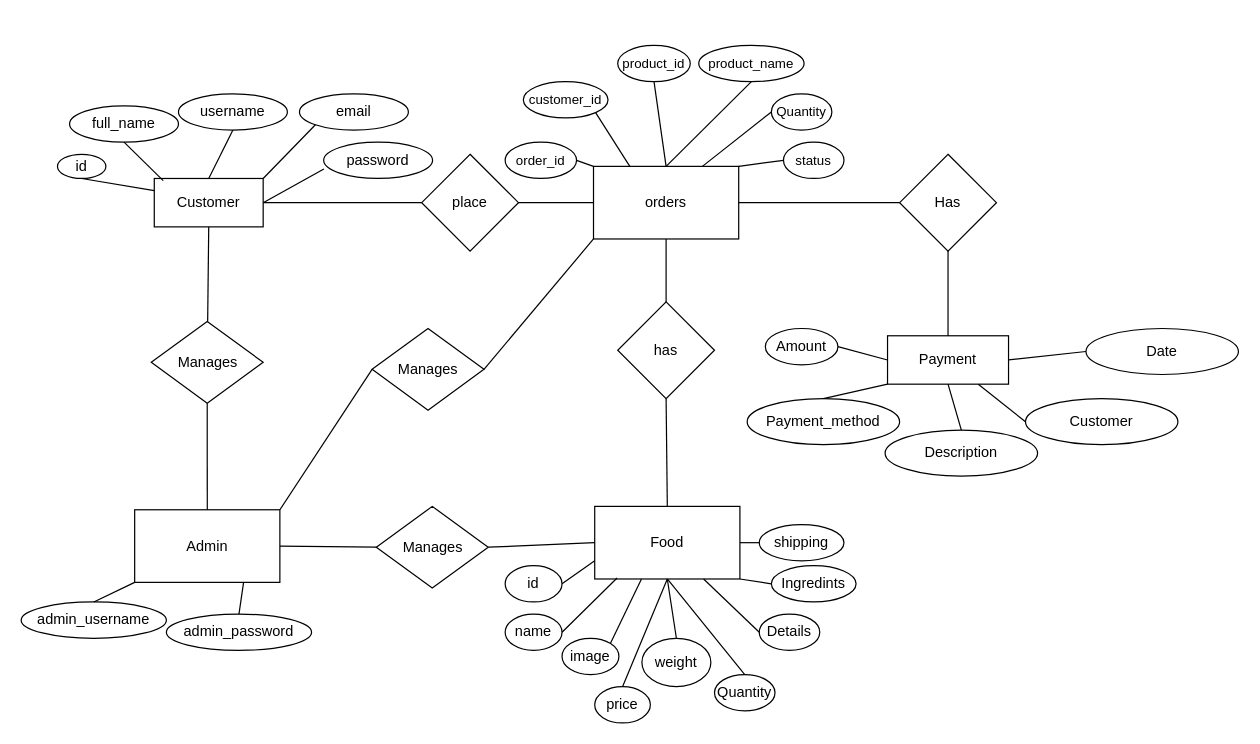
The draw.io diagram Diagrams/food_ordering_portal_ER.drawio in Furdikisherpa/PetShop, before the edit. Source tidied: cells renumbered, new cells numbered last; positions are measured from the earlier drawing's top-left corner, leaving out a move shared by most shapes. Both pictures are drawn from the tidied source at 121%, with x=0, y=0 at pixel (21, 45).
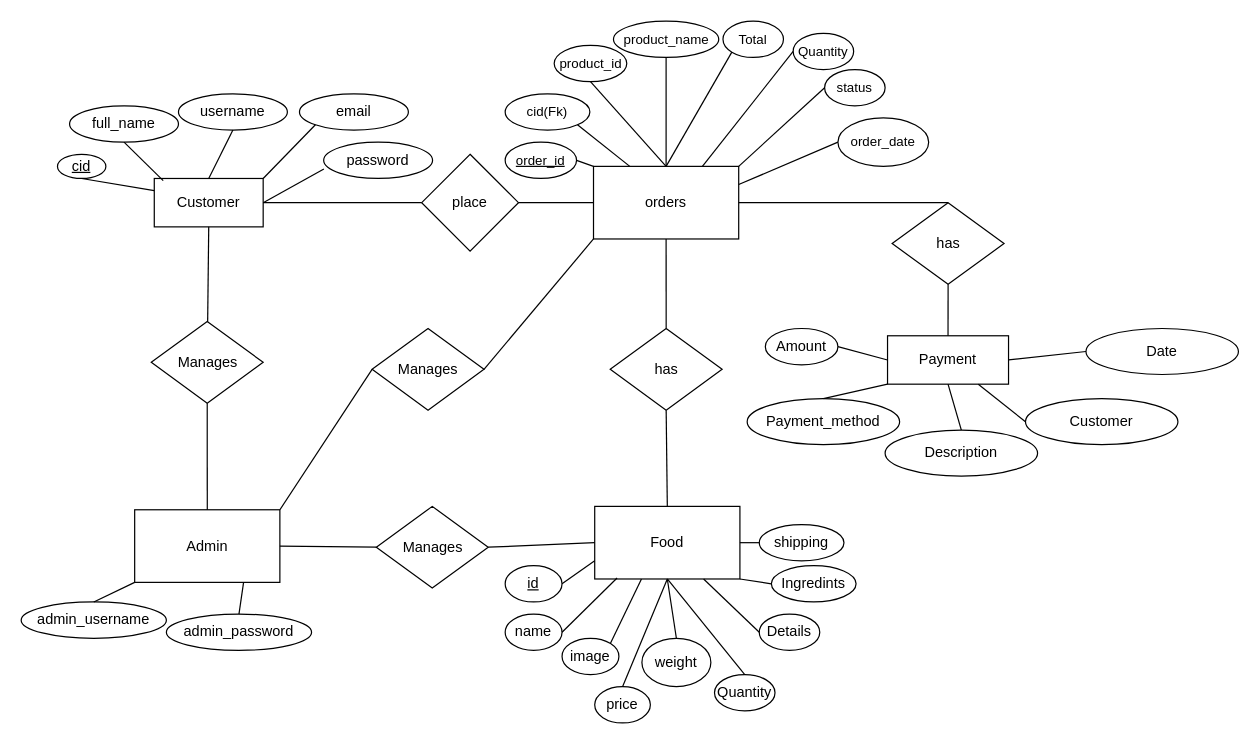
The same page after the edit.

Unchanged cells that the change refers to:
```xml
<mxCell id="15" value="orders" style="rounded=0;whiteSpace=wrap;html=1;" parent="1" vertex="1">
  <mxGeometry x="473" y="100" width="120" height="60" as="geometry" />
</mxCell>
<mxCell id="20" value="Food" style="rounded=0;whiteSpace=wrap;html=1;" parent="1" vertex="1">
  <mxGeometry x="474" y="381" width="120" height="60" as="geometry" />
</mxCell>
<mxCell id="32" value="Payment" style="rounded=0;whiteSpace=wrap;html=1;" parent="1" vertex="1">
  <mxGeometry x="716" y="240" width="100" height="40" as="geometry" />
</mxCell>
```

Diff of the diagram source:
```diff
@@
-    <mxCell id="3" value="id" style="ellipse;whiteSpace=wrap;html=1;" parent="1" vertex="1">
+    <mxCell id="3" value="&lt;u&gt;cid&lt;/u&gt;" style="ellipse;whiteSpace=wrap;html=1;" parent="1" vertex="1">
       <mxGeometry x="30" y="90" width="40" height="20" as="geometry" />
     </mxCell>
@@
-    <mxCell id="21" value="has" style="rhombus;whiteSpace=wrap;html=1;" parent="1" vertex="1">
-      <mxGeometry x="493" y="212" width="80" height="80" as="geometry" />
-    </mxCell>
@@
-    <mxCell id="23" style="endArrow=none;html=1;rounded=0;entryX=0.5;entryY=1;entryDx=0;entryDy=0;exitX=0.5;exitY=0;exitDx=0;exitDy=0;" parent="1" edge="1" source="21" target="15">
+    <mxCell id="23" style="endArrow=none;html=1;rounded=0;entryX=0.5;entryY=1;entryDx=0;entryDy=0;exitX=0.5;exitY=0;exitDx=0;exitDy=0;" parent="1" edge="1" source="83" target="15">
       <mxGeometry relative="1" as="geometry" />
     </mxCell>
-    <mxCell id="24" style="endArrow=none;html=1;rounded=0;entryX=0.5;entryY=0;entryDx=0;entryDy=0;exitX=0.5;exitY=1;exitDx=0;exitDy=0;" parent="1" edge="1" source="21" target="20">
+    <mxCell id="24" style="endArrow=none;html=1;rounded=0;entryX=0.5;entryY=0;entryDx=0;entryDy=0;exitX=0.5;exitY=1;exitDx=0;exitDy=0;" parent="1" edge="1" source="83" target="20">
       <mxGeometry relative="1" as="geometry" />
     </mxCell>
@@
-    <mxCell id="31" value="Has" style="rhombus;whiteSpace=wrap;html=1;" parent="1" vertex="1">
-      <mxGeometry x="726" y="90" width="80" height="80" as="geometry" />
-    </mxCell>
@@
-    <mxCell id="33" style="endArrow=none;html=1;rounded=0;entryX=0;entryY=0.5;entryDx=0;entryDy=0;exitX=1;exitY=0.5;exitDx=0;exitDy=0;" parent="1" edge="1" source="15" target="31">
+    <mxCell id="33" style="endArrow=none;html=1;rounded=0;entryX=0.5;entryY=0;entryDx=0;entryDy=0;exitX=1;exitY=0.5;exitDx=0;exitDy=0;" parent="1" edge="1" source="15" target="84">
       <mxGeometry relative="1" as="geometry" />
     </mxCell>
-    <mxCell id="34" style="endArrow=none;html=1;rounded=0;entryX=0.5;entryY=1;entryDx=0;entryDy=0;exitX=0.5;exitY=0;exitDx=0;exitDy=0;" parent="1" edge="1" source="32" target="31">
+    <mxCell id="34" style="endArrow=none;html=1;rounded=0;entryX=0.5;entryY=1;entryDx=0;entryDy=0;exitX=0.5;exitY=0;exitDx=0;exitDy=0;" parent="1" edge="1" source="32" target="84">
       <mxGeometry relative="1" as="geometry" />
     </mxCell>
-    <mxCell id="35" value="&lt;font style=&quot;font-size: 11px;&quot;&gt;order_id&lt;/font&gt;" style="ellipse;whiteSpace=wrap;html=1;" parent="1" vertex="1">
+    <mxCell id="35" value="&lt;font style=&quot;font-size: 11px;&quot;&gt;&lt;u&gt;order_id&lt;/u&gt;&lt;/font&gt;" style="ellipse;whiteSpace=wrap;html=1;" parent="1" vertex="1">
       <mxGeometry x="400" y="80" width="59" height="30" as="geometry" />
     </mxCell>
-    <mxCell id="36" value="&lt;font style=&quot;font-size: 11px;&quot;&gt;customer_id&lt;/font&gt;" style="ellipse;whiteSpace=wrap;html=1;" parent="1" vertex="1">
-      <mxGeometry x="415" y="30" width="70" height="30" as="geometry" />
+    <mxCell id="36" value="&lt;font style=&quot;font-size: 11px;&quot;&gt;cid(Fk)&lt;/font&gt;" style="ellipse;whiteSpace=wrap;html=1;" parent="1" vertex="1">
+      <mxGeometry x="400" y="40" width="70" height="30" as="geometry" />
     </mxCell>
     <mxCell id="37" value="&lt;font style=&quot;font-size: 11px;&quot;&gt;product_id&lt;/font&gt;" style="ellipse;whiteSpace=wrap;html=1;" parent="1" vertex="1">
-      <mxGeometry x="493" width="60" height="30" as="geometry" />
+      <mxGeometry x="440.5" width="60" height="30" as="geometry" />
     </mxCell>
     <mxCell id="38" value="&lt;font style=&quot;font-size: 11px;&quot;&gt;product_name&lt;/font&gt;" style="ellipse;whiteSpace=wrap;html=1;" parent="1" vertex="1">
-      <mxGeometry x="560" width="87" height="30" as="geometry" />
+      <mxGeometry x="489.5" y="-20" width="87" height="30" as="geometry" />
     </mxCell>
     <mxCell id="39" value="&lt;font style=&quot;font-size: 11px;&quot;&gt;Quantity&lt;/font&gt;" style="ellipse;whiteSpace=wrap;html=1;" parent="1" vertex="1">
-      <mxGeometry x="620" y="40" width="50" height="30" as="geometry" />
+      <mxGeometry x="638" y="-10" width="50" height="30" as="geometry" />
     </mxCell>
     <mxCell id="40" value="&lt;font style=&quot;font-size: 11px;&quot;&gt;status&lt;/font&gt;" style="ellipse;whiteSpace=wrap;html=1;" parent="1" vertex="1">
-      <mxGeometry x="630" y="80" width="50" height="30" as="geometry" />
+      <mxGeometry x="664" y="20" width="50" height="30" as="geometry" />
     </mxCell>
@@
-    <mxCell id="51" value="id" style="ellipse;whiteSpace=wrap;html=1;" parent="1" vertex="1">
+    <mxCell id="51" value="&lt;u&gt;id&lt;/u&gt;" style="ellipse;whiteSpace=wrap;html=1;" parent="1" vertex="1">
       <mxGeometry x="400" y="430" width="47" height="30" as="geometry" />
     </mxCell>
@@
+    <mxCell id="79" value="&lt;font style=&quot;font-size: 11px;&quot;&gt;Total&lt;/font&gt;" style="ellipse;whiteSpace=wrap;html=1;" parent="1" vertex="1">
+      <mxGeometry x="580" y="-20" width="50" height="30" as="geometry" />
+    </mxCell>
+    <mxCell id="80" style="endArrow=none;html=1;rounded=0;entryX=0;entryY=1;entryDx=0;entryDy=0;exitX=0.5;exitY=0;exitDx=0;exitDy=0;" parent="1" edge="1" source="15" target="79">
+      <mxGeometry relative="1" as="geometry" />
+    </mxCell>
+    <mxCell id="81" value="&lt;font style=&quot;font-size: 11px;&quot;&gt;order_date&lt;/font&gt;" style="ellipse;whiteSpace=wrap;html=1;" parent="1" vertex="1">
+      <mxGeometry x="675" y="60" width="75" height="40" as="geometry" />
+    </mxCell>
+    <mxCell id="82" style="endArrow=none;html=1;rounded=0;entryX=0;entryY=0.5;entryDx=0;entryDy=0;exitX=1;exitY=0.25;exitDx=0;exitDy=0;" parent="1" edge="1" source="15" target="81">
+      <mxGeometry relative="1" as="geometry" />
+    </mxCell>
+    <mxCell id="83" value="has" style="rhombus;whiteSpace=wrap;html=1;rotation=0;" parent="1" vertex="1">
+      <mxGeometry x="486.8" y="234" width="92.5" height="67.5" as="geometry" />
+    </mxCell>
+    <mxCell id="84" value="has" style="rhombus;whiteSpace=wrap;html=1;rotation=0;" parent="1" vertex="1">
+      <mxGeometry x="719.8" y="130" width="92.5" height="67.5" as="geometry" />
+    </mxCell>
```
